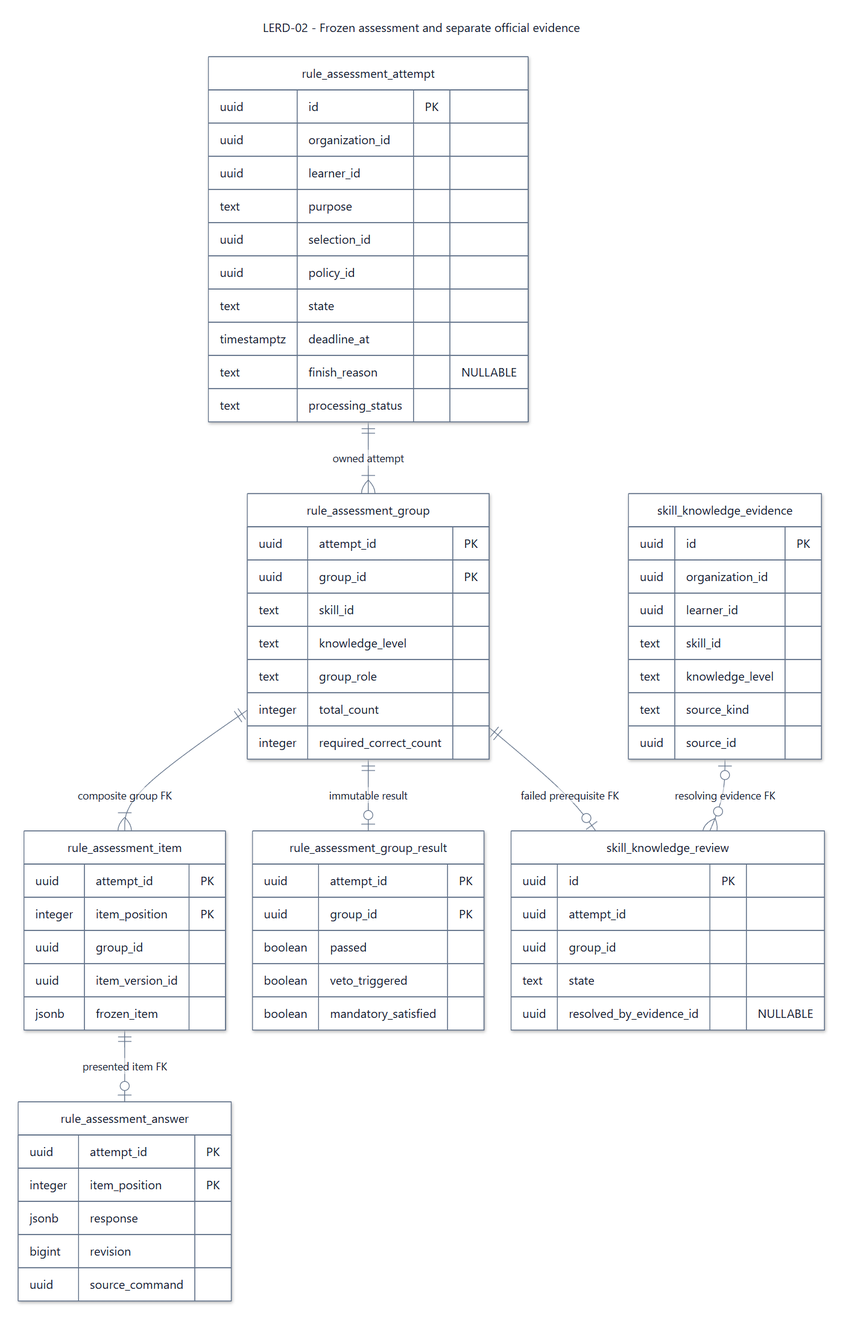
SEP490-Fall-2026-GFA26SE64/SEP490 keeps this Mermaid diagram as documents/diagrams/mermaid/lerd-02.png. Above is the earlier version. Its source is kept beside it as documents/diagrams/mermaid/lerd-02.mmd.
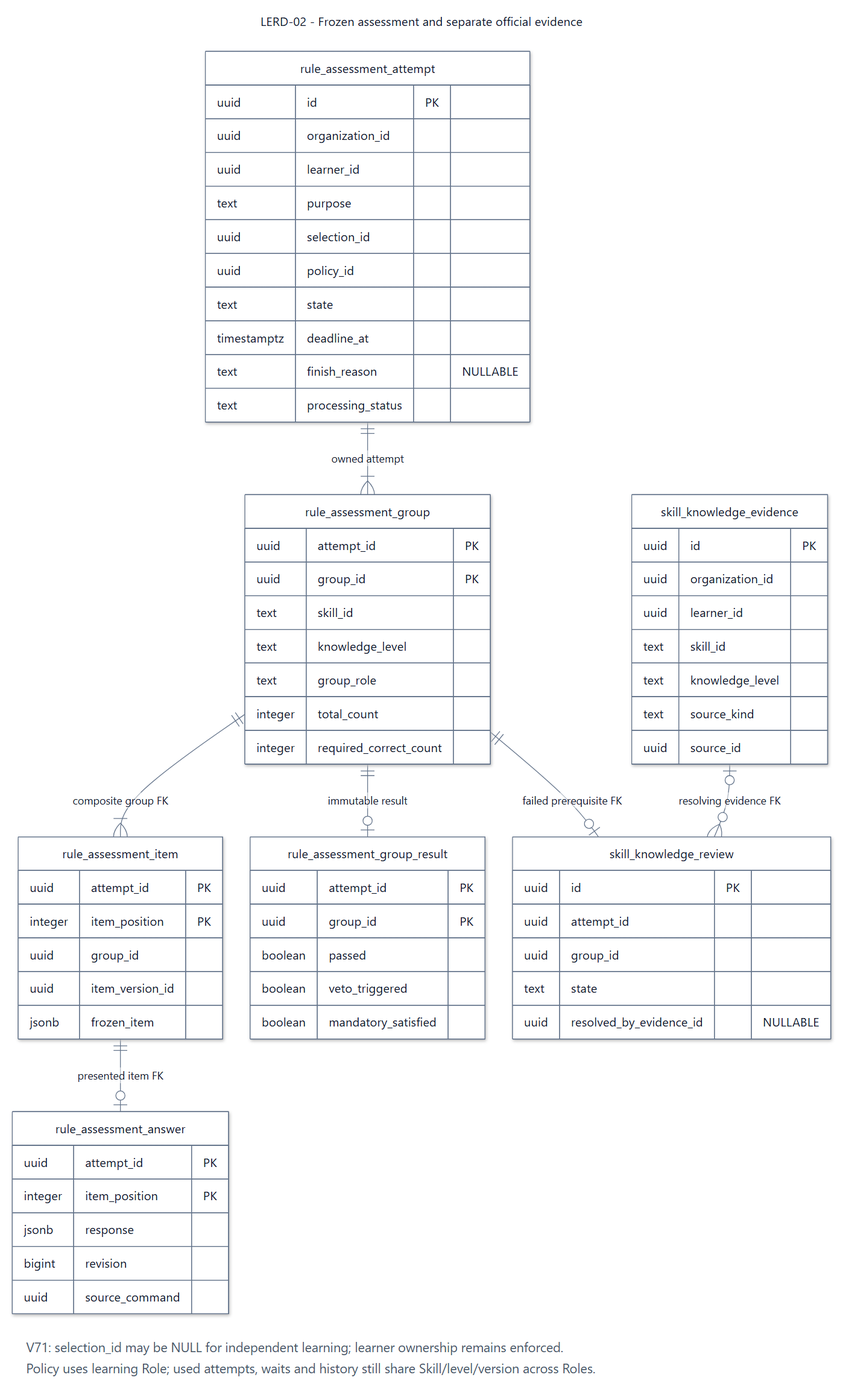
After the change.

Diff of the diagram source:
```diff
@@ -10,7 +10,7 @@
     uuid organization_id
     uuid learner_id
     text purpose
-    uuid selection_id
+    uuid selection_id "NULLABLE independent context"
     uuid policy_id
     text state
     timestamptz deadline_at
```
